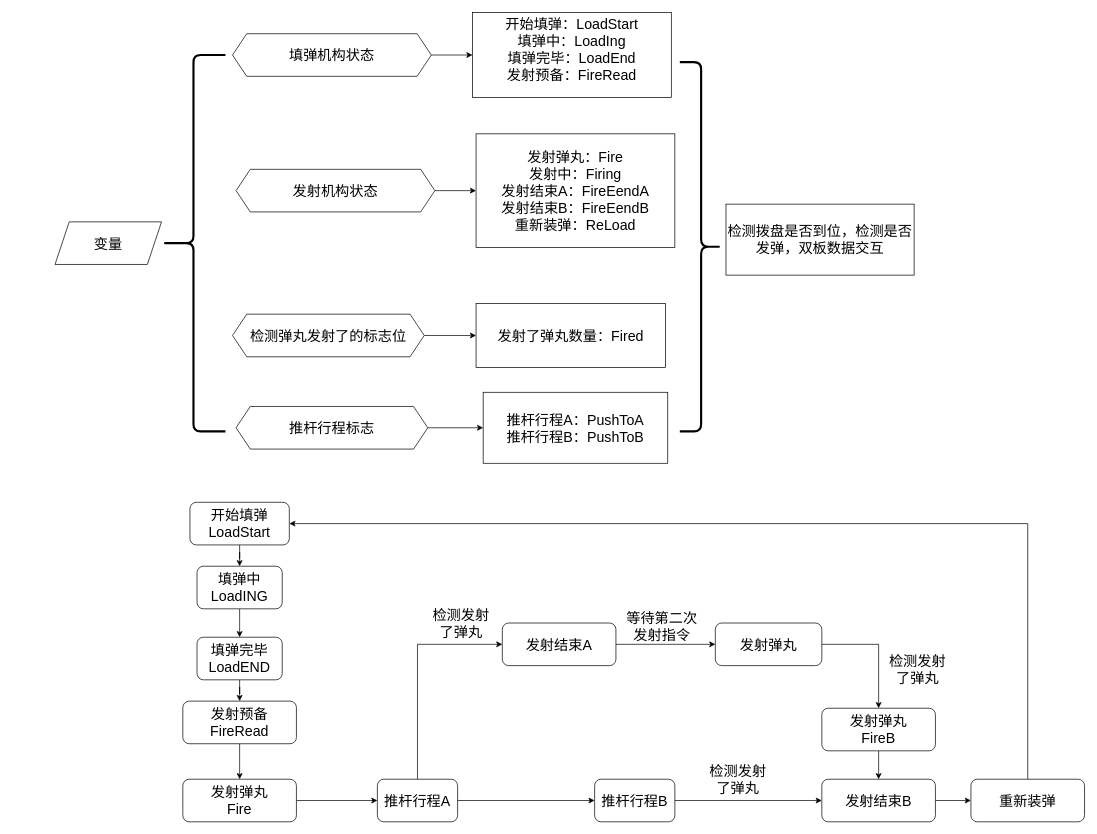
Zhangziji-Cumulus/Cumulus_Notes keeps this draw.io diagram as 英雄发射机构自动逻辑.drawio. Above is the earlier version. Source tidied: cells renumbered, new cells numbered last; positions are measured from the earlier drawing's top-left corner, leaving out a move shared by most shapes. Both pictures are drawn from the tidied source at 71%, with x=0, y=0 at pixel (55, 12).
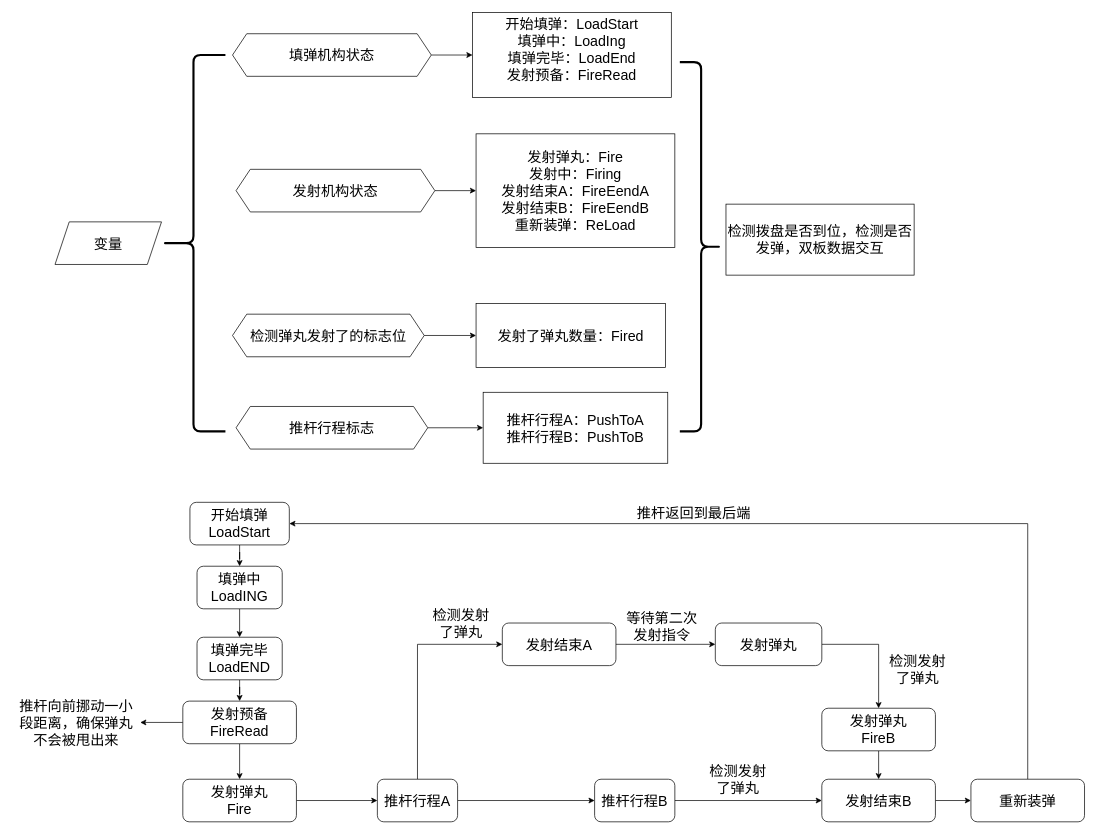
After the change.

Commit message:
更新英雄发射机构自动逻辑.drawio

Unchanged cells that the change refers to:
```xml
<mxCell id="9" value="&lt;span style=&quot;font-size: 20px;&quot;&gt;发射预备FireRead&lt;/span&gt;" style="rounded=1;whiteSpace=wrap;html=1;" parent="1" vertex="1">
  <mxGeometry x="180" y="970" width="160" height="60" as="geometry" />
</mxCell>
```

The edit, as a diff of the source:
```diff
@@
+    <mxCell id="47" style="edgeStyle=orthogonalEdgeStyle;rounded=0;jettySize=auto;html=1;exitX=0;exitY=0.5;exitDx=0;exitDy=0;entryX=1;entryY=0.5;entryDx=0;entryDy=0;" parent="1" edge="1" source="9" target="49">
+      <mxGeometry relative="1" as="geometry" />
+    </mxCell>
@@
+    <mxCell id="48" value="&lt;font style=&quot;font-size: 20px;&quot;&gt;推杆返回到最后端&lt;/font&gt;" style="text;html=1;whiteSpace=wrap;strokeColor=none;fillColor=none;align=center;verticalAlign=middle;rounded=0;" parent="1" vertex="1">
+      <mxGeometry x="800" y="690" width="200" height="30" as="geometry" />
+    </mxCell>
+    <mxCell id="49" value="&lt;font style=&quot;font-size: 20px;&quot;&gt;推杆向前挪动一小段距离，确保弹丸不会被甩出来&lt;/font&gt;" style="text;html=1;whiteSpace=wrap;strokeColor=none;fillColor=none;align=center;verticalAlign=middle;rounded=0;" parent="1" vertex="1">
+      <mxGeometry x="-60" y="960" width="180" height="80" as="geometry" />
+    </mxCell>
```
